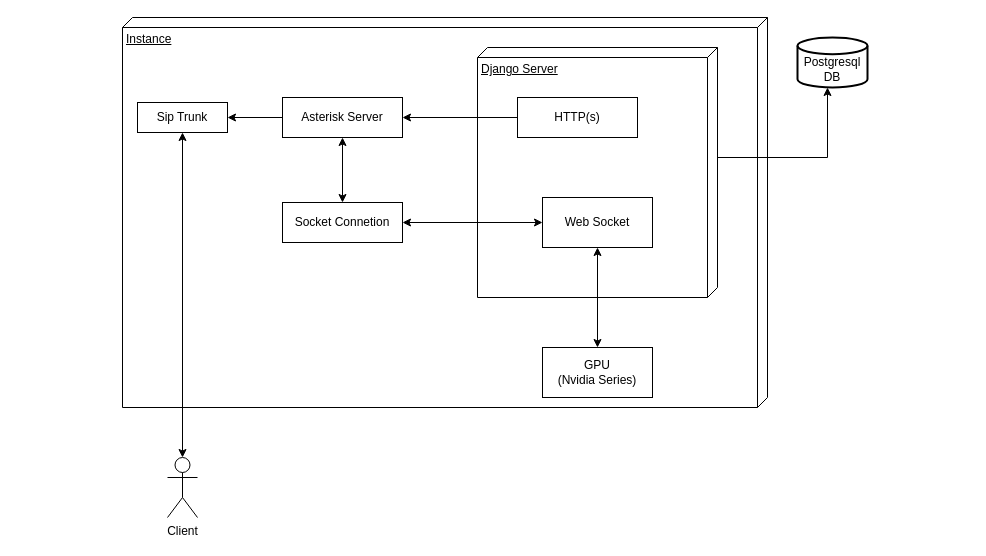
Before: drawings/archi.drawio in PraveenChordia/draw.io, a draw.io diagram. Source tidied: cells renumbered, new cells numbered last; positions are measured from the earlier drawing's top-left corner, leaving out a move shared by most shapes. Both pictures are drawn from the tidied source at 100%, with x=0, y=0 at pixel (122, 17).
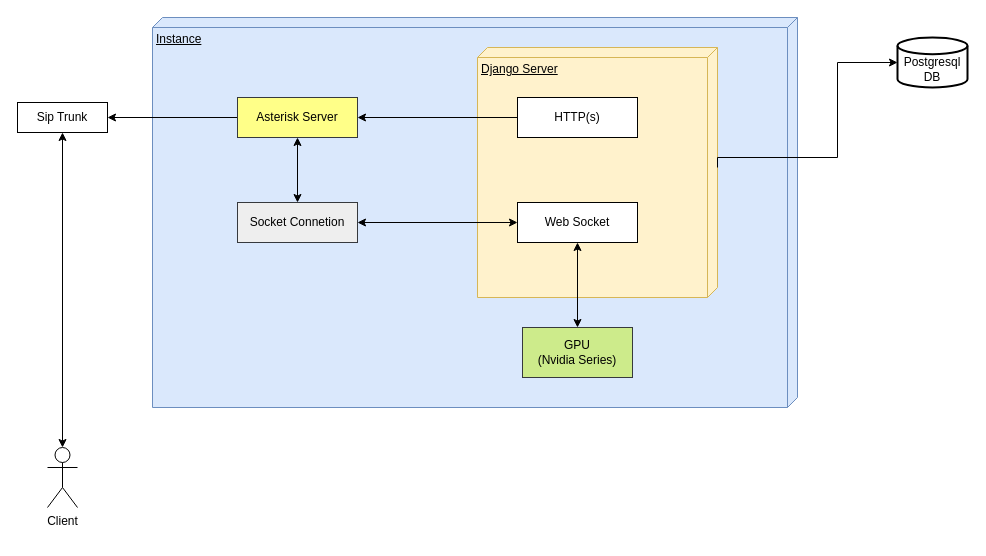
Above is the later version.

What changed in the source:
```diff
@@
-    <mxCell id="2" value="Instance" style="verticalAlign=top;align=left;spacingTop=8;spacingLeft=2;spacingRight=12;shape=cube;size=10;direction=south;fontStyle=4;html=1;whiteSpace=wrap;" parent="1" vertex="1">
-      <mxGeometry width="645" height="390" as="geometry" />
+    <mxCell id="2" value="Instance" style="verticalAlign=top;align=left;spacingTop=8;spacingLeft=2;spacingRight=12;shape=cube;size=10;direction=south;fontStyle=4;html=1;whiteSpace=wrap;fillColor=#dae8fc;strokeColor=#6c8ebf;" parent="1" vertex="1">
+      <mxGeometry x="30" width="645" height="390" as="geometry" />
     </mxCell>
     <mxCell id="3" value="&lt;br&gt;Postgresql&lt;br&gt;DB" style="strokeWidth=2;html=1;shape=mxgraph.flowchart.database;whiteSpace=wrap;" parent="1" vertex="1">
-      <mxGeometry x="675" y="20" width="70" height="50" as="geometry" />
+      <mxGeometry x="775" y="20" width="70" height="50" as="geometry" />
     </mxCell>
-    <mxCell id="4" value="Socket Connetion" style="html=1;whiteSpace=wrap;" parent="1" vertex="1">
-      <mxGeometry x="160" y="185" width="120" height="40" as="geometry" />
+    <mxCell id="4" value="Socket Connetion" style="html=1;whiteSpace=wrap;fillColor=#eeeeee;strokeColor=#36393d;" parent="1" vertex="1">
+      <mxGeometry x="115" y="185" width="120" height="40" as="geometry" />
     </mxCell>
@@
-    <mxCell id="6" value="Django Server" style="verticalAlign=top;align=left;spacingTop=8;spacingLeft=2;spacingRight=12;shape=cube;size=10;direction=south;fontStyle=4;html=1;whiteSpace=wrap;" parent="1" vertex="1">
+    <mxCell id="6" value="Django Server" style="verticalAlign=top;align=left;spacingTop=8;spacingLeft=2;spacingRight=12;shape=cube;size=10;direction=south;fontStyle=4;html=1;whiteSpace=wrap;fillColor=#fff2cc;strokeColor=#d6b656;" parent="1" vertex="1">
       <mxGeometry x="355" y="30" width="240" height="250" as="geometry" />
     </mxCell>
@@
-    <mxCell id="8" value="Asterisk Server" style="html=1;whiteSpace=wrap;" parent="1" vertex="1">
-      <mxGeometry x="160" y="80" width="120" height="40" as="geometry" />
+    <mxCell id="8" value="Asterisk Server" style="html=1;whiteSpace=wrap;fillColor=#ffff88;strokeColor=#36393d;" parent="1" vertex="1">
+      <mxGeometry x="115" y="80" width="120" height="40" as="geometry" />
     </mxCell>
     <mxCell id="9" value="Client" style="shape=umlActor;verticalLabelPosition=bottom;verticalAlign=top;html=1;outlineConnect=0;" parent="1" vertex="1">
-      <mxGeometry x="45" y="440" width="30" height="60" as="geometry" />
+      <mxGeometry x="-75" y="430" width="30" height="60" as="geometry" />
     </mxCell>
@@
     <mxCell id="11" value="Sip Trunk" style="rounded=0;whiteSpace=wrap;html=1;" parent="1" vertex="1">
-      <mxGeometry x="15" y="85" width="90" height="30" as="geometry" />
+      <mxGeometry x="-105" y="85" width="90" height="30" as="geometry" />
     </mxCell>
@@
     <mxCell id="13" style="edgeStyle=orthogonalEdgeStyle;rounded=0;jettySize=auto;html=1;exitX=0;exitY=0;exitDx=120;exitDy=0;exitPerimeter=0;" parent="1" edge="1" source="6" target="3">
       <mxGeometry relative="1" as="geometry">
         <Array as="points">
-          <mxPoint x="705" y="140" />
+          <mxPoint x="595" y="140" />
+          <mxPoint x="715" y="140" />
+          <mxPoint x="715" y="45" />
         </Array>
       </mxGeometry>
     </mxCell>
     <mxCell id="14" value="Web Socket" style="html=1;whiteSpace=wrap;" parent="1" vertex="1">
-      <mxGeometry x="420" y="180" width="110" height="50" as="geometry" />
+      <mxGeometry x="395" y="185" width="120" height="40" as="geometry" />
     </mxCell>
-    <mxCell id="15" value="GPU&lt;br&gt;(Nvidia Series)" style="html=1;whiteSpace=wrap;" parent="1" vertex="1">
-      <mxGeometry x="420" y="330" width="110" height="50" as="geometry" />
+    <mxCell id="15" value="GPU&lt;br&gt;(Nvidia Series)" style="html=1;whiteSpace=wrap;fillColor=#cdeb8b;strokeColor=#36393d;" parent="1" vertex="1">
+      <mxGeometry x="400" y="310" width="110" height="50" as="geometry" />
     </mxCell>
```
